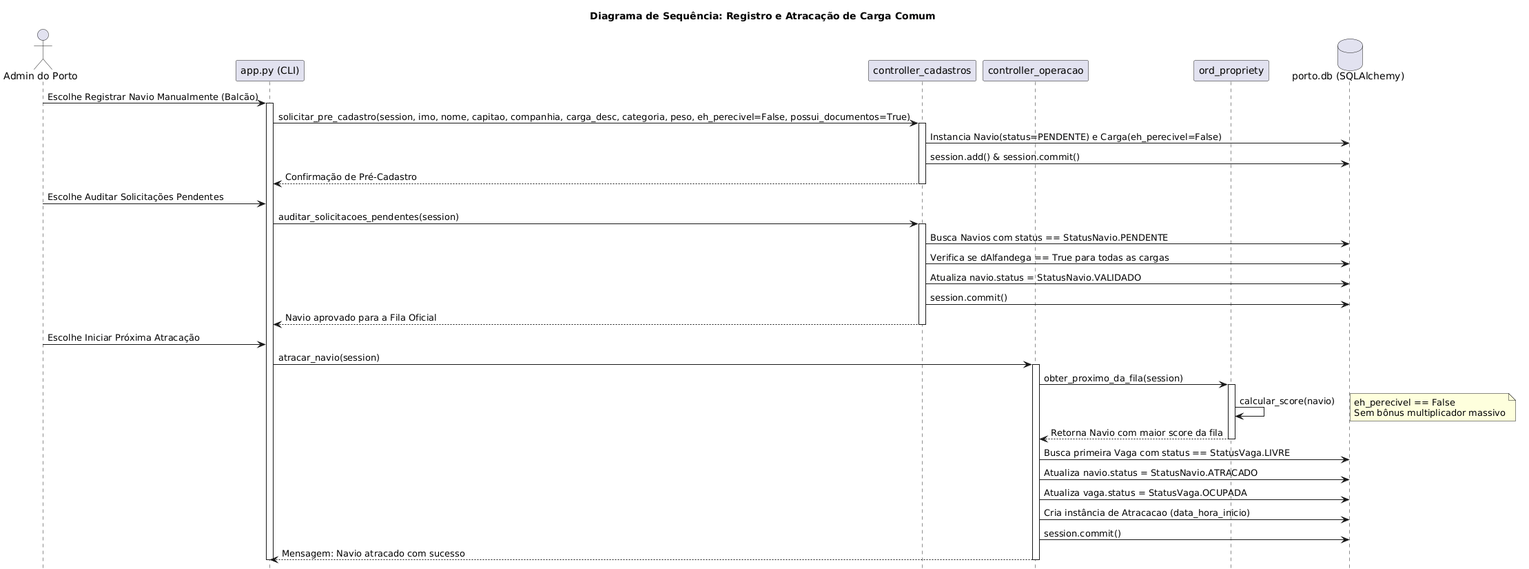
Lucas2Araujo/App_ADMPortuaria keeps this PlantUML diagram as Docs/Diagramas/Imagens/Sequencia_1.png. Above is the earlier version.
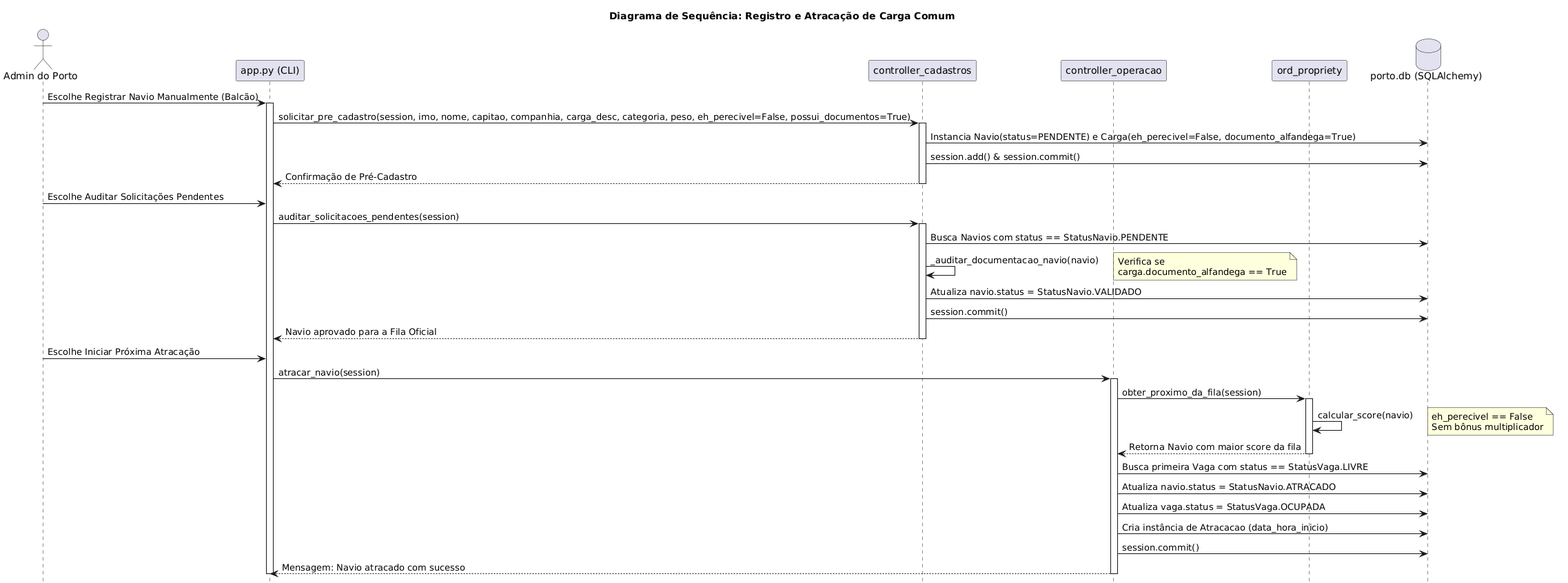
After the change.

What changed in the source:
```diff
@@ -13,7 +13,7 @@
 activate CLI
 CLI -> CtrlCad: solicitar_pre_cadastro(session, imo, nome, capitao, companhia, carga_desc, categoria, peso, eh_perecivel=False, possui_documentos=True)
 activate CtrlCad
-CtrlCad -> DB: Instancia Navio(status=PENDENTE) e Carga(eh_perecivel=False)
+CtrlCad -> DB: Instancia Navio(status=PENDENTE) e Carga(eh_perecivel=False, documento_alfandega=True)
 CtrlCad -> DB: session.add() & session.commit()
 CtrlCad --> CLI: Confirmação de Pré-Cadastro
 deactivate CtrlCad
@@ -22,7 +22,8 @@
 CLI -> CtrlCad: auditar_solicitacoes_pendentes(session)
 activate CtrlCad
 CtrlCad -> DB: Busca Navios com status == StatusNavio.PENDENTE
-CtrlCad -> DB: Verifica se dAlfandega == True para todas as cargas
+CtrlCad -> CtrlCad: _auditar_documentacao_navio(navio)
+note right: Verifica se\ncarga.documento_alfandega == True
 CtrlCad -> DB: Atualiza navio.status = StatusNavio.VALIDADO
 CtrlCad -> DB: session.commit()
 CtrlCad --> CLI: Navio aprovado para a Fila Oficial
@@ -34,7 +35,7 @@
 CtrlOp -> MotorFila: obter_proximo_da_fila(session)
 activate MotorFila
 MotorFila -> MotorFila: calcular_score(navio)
-note right: eh_perecivel == False\nSem bônus multiplicador massivo
+note right: eh_perecivel == False\nSem bônus multiplicador
 MotorFila --> CtrlOp: Retorna Navio com maior score da fila
 deactivate MotorFila
 
```
